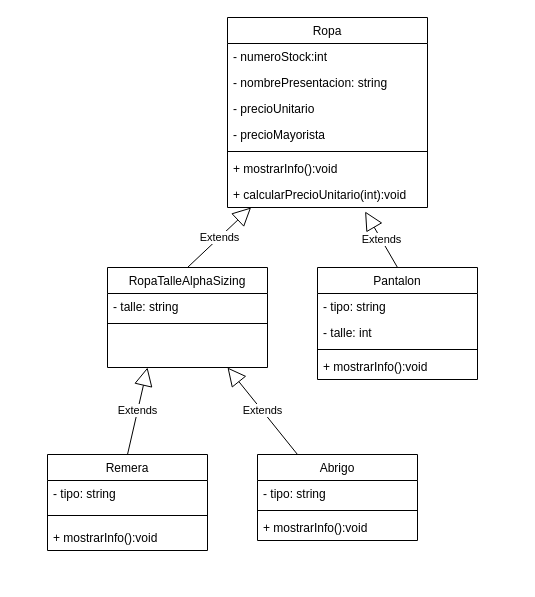
The draw.io diagram DesarrolloOrientadoObjetos/ejericiosObligatorios3/UML/ejerciciosObligatorios3.drawio in monick96/PracticeCsharp, before the edit. Source tidied: cells renumbered, new cells numbered last; positions are measured from the earlier drawing's top-left corner, leaving out a move shared by most shapes. Both pictures are drawn from the tidied source at 100%, with x=0, y=0 at pixel (47, 17).
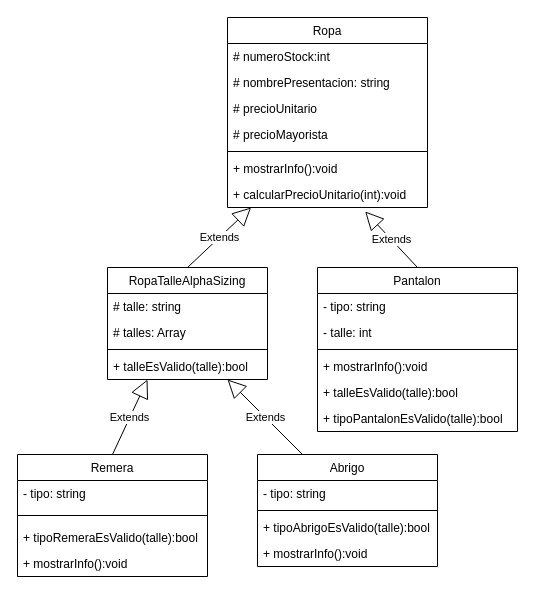
The same diagram, later.

Unchanged cells that the change refers to:
```xml
<mxCell id="2" value="Ropa" style="swimlane;fontStyle=0;align=center;verticalAlign=top;horizontal=1;startSize=26;rounded=0;shadow=0;strokeWidth=1;" parent="1" vertex="1">
  <mxGeometry x="180" width="200" height="190" as="geometry" />
</mxCell>
```

The edit, as a diff of the source:
```diff
@@
-    <mxCell id="3" value="- numeroStock:int" style="text;align=left;verticalAlign=top;spacingLeft=4;spacingRight=4;overflow=hidden;" parent="2" vertex="1">
+    <mxCell id="3" value="# numeroStock:int" style="text;align=left;verticalAlign=top;spacingLeft=4;spacingRight=4;overflow=hidden;" parent="2" vertex="1">
       <mxGeometry y="26" width="200" height="26" as="geometry" />
     </mxCell>
-    <mxCell id="4" value="- nombrePresentacion: string" style="text;align=left;verticalAlign=top;spacingLeft=4;spacingRight=4;overflow=hidden;rounded=0;shadow=0;html=0;" parent="2" vertex="1">
+    <mxCell id="4" value="# nombrePresentacion: string" style="text;align=left;verticalAlign=top;spacingLeft=4;spacingRight=4;overflow=hidden;rounded=0;shadow=0;html=0;" parent="2" vertex="1">
       <mxGeometry y="52" width="200" height="26" as="geometry" />
     </mxCell>
-    <mxCell id="5" value="- precioUnitario" style="text;align=left;verticalAlign=top;spacingLeft=4;spacingRight=4;overflow=hidden;rounded=0;shadow=0;html=0;" parent="2" vertex="1">
+    <mxCell id="5" value="# precioUnitario" style="text;align=left;verticalAlign=top;spacingLeft=4;spacingRight=4;overflow=hidden;rounded=0;shadow=0;html=0;" parent="2" vertex="1">
       <mxGeometry y="78" width="200" height="26" as="geometry" />
     </mxCell>
-    <mxCell id="6" value="- precioMayorista" style="text;align=left;verticalAlign=top;spacingLeft=4;spacingRight=4;overflow=hidden;rounded=0;shadow=0;html=0;" parent="2" vertex="1">
+    <mxCell id="6" value="# precioMayorista" style="text;align=left;verticalAlign=top;spacingLeft=4;spacingRight=4;overflow=hidden;rounded=0;shadow=0;html=0;" parent="2" vertex="1">
       <mxGeometry y="104" width="200" height="26" as="geometry" />
     </mxCell>
@@
     <mxCell id="10" value="RopaTalleAlphaSizing" style="swimlane;fontStyle=0;align=center;verticalAlign=top;horizontal=1;startSize=26;rounded=0;shadow=0;strokeWidth=1;" parent="1" vertex="1">
-      <mxGeometry x="60" y="250" width="160" height="100" as="geometry" />
+      <mxGeometry x="60" y="250" width="160" height="112" as="geometry" />
     </mxCell>
-    <mxCell id="11" value="- talle: string" style="text;align=left;verticalAlign=top;spacingLeft=4;spacingRight=4;overflow=hidden;rounded=0;shadow=0;html=0;" parent="10" vertex="1">
+    <mxCell id="11" value="# talle: string" style="text;align=left;verticalAlign=top;spacingLeft=4;spacingRight=4;overflow=hidden;rounded=0;shadow=0;html=0;" parent="10" vertex="1">
       <mxGeometry y="26" width="160" height="26" as="geometry" />
     </mxCell>
+    <mxCell id="30" value="# talles: Array" style="text;align=left;verticalAlign=top;spacingLeft=4;spacingRight=4;overflow=hidden;rounded=0;shadow=0;html=0;" parent="10" vertex="1">
+      <mxGeometry y="52" width="160" height="26" as="geometry" />
+    </mxCell>
     <mxCell id="12" style="line;html=1;strokeWidth=1;align=left;verticalAlign=middle;spacingTop=-1;spacingLeft=3;spacingRight=3;labelPosition=right;" parent="10" vertex="1">
-      <mxGeometry y="52" width="160" height="8" as="geometry" />
+      <mxGeometry y="78" width="160" height="8" as="geometry" />
     </mxCell>
+    <mxCell id="31" value="+ talleEsValido(talle):bool" style="text;align=left;verticalAlign=top;spacingLeft=4;spacingRight=4;overflow=hidden;" parent="10" vertex="1">
+      <mxGeometry y="86" width="160" height="26" as="geometry" />
+    </mxCell>
     <mxCell id="13" value="Abrigo" style="swimlane;fontStyle=0;align=center;verticalAlign=top;horizontal=1;startSize=26;rounded=0;shadow=0;strokeWidth=1;" parent="1" vertex="1">
-      <mxGeometry x="210" y="437" width="160" height="86" as="geometry" />
+      <mxGeometry x="210" y="437" width="180" height="112" as="geometry" />
     </mxCell>
     <mxCell id="14" value="- tipo: string" style="text;align=left;verticalAlign=top;spacingLeft=4;spacingRight=4;overflow=hidden;rounded=0;shadow=0;html=0;" parent="13" vertex="1">
-      <mxGeometry y="26" width="160" height="26" as="geometry" />
+      <mxGeometry y="26" width="180" height="26" as="geometry" />
     </mxCell>
     <mxCell id="15" style="line;html=1;strokeWidth=1;align=left;verticalAlign=middle;spacingTop=-1;spacingLeft=3;spacingRight=3;labelPosition=right;" parent="13" vertex="1">
-      <mxGeometry y="52" width="160" height="8" as="geometry" />
+      <mxGeometry y="52" width="180" height="8" as="geometry" />
     </mxCell>
+    <mxCell id="32" value="+ tipoAbrigoEsValido(talle):bool" style="text;align=left;verticalAlign=top;spacingLeft=4;spacingRight=4;overflow=hidden;" parent="13" vertex="1">
+      <mxGeometry y="60" width="180" height="26" as="geometry" />
+    </mxCell>
     <mxCell id="16" value="+ mostrarInfo():void" style="text;align=left;verticalAlign=top;spacingLeft=4;spacingRight=4;overflow=hidden;" parent="13" vertex="1">
-      <mxGeometry y="60" width="160" height="26" as="geometry" />
+      <mxGeometry y="86" width="180" height="26" as="geometry" />
     </mxCell>
     <mxCell id="17" value="Pantalon" style="swimlane;fontStyle=0;align=center;verticalAlign=top;horizontal=1;startSize=26;rounded=0;shadow=0;strokeWidth=1;" parent="1" vertex="1">
-      <mxGeometry x="270" y="250" width="160" height="112" as="geometry" />
+      <mxGeometry x="270" y="250" width="200" height="164" as="geometry" />
     </mxCell>
     <mxCell id="18" value="- tipo: string" style="text;align=left;verticalAlign=top;spacingLeft=4;spacingRight=4;overflow=hidden;rounded=0;shadow=0;html=0;" parent="17" vertex="1">
-      <mxGeometry y="26" width="160" height="26" as="geometry" />
+      <mxGeometry y="26" width="200" height="26" as="geometry" />
     </mxCell>
     <mxCell id="19" value="- talle: int" style="text;align=left;verticalAlign=top;spacingLeft=4;spacingRight=4;overflow=hidden;" parent="17" vertex="1">
-      <mxGeometry y="52" width="160" height="26" as="geometry" />
+      <mxGeometry y="52" width="200" height="26" as="geometry" />
     </mxCell>
     <mxCell id="20" style="line;html=1;strokeWidth=1;align=left;verticalAlign=middle;spacingTop=-1;spacingLeft=3;spacingRight=3;labelPosition=right;" parent="17" vertex="1">
-      <mxGeometry y="78" width="160" height="8" as="geometry" />
+      <mxGeometry y="78" width="200" height="8" as="geometry" />
     </mxCell>
     <mxCell id="21" value="+ mostrarInfo():void" style="text;align=left;verticalAlign=top;spacingLeft=4;spacingRight=4;overflow=hidden;" parent="17" vertex="1">
-      <mxGeometry y="86" width="160" height="26" as="geometry" />
+      <mxGeometry y="86" width="200" height="26" as="geometry" />
     </mxCell>
+    <mxCell id="33" value="+ talleEsValido(talle):bool" style="text;align=left;verticalAlign=top;spacingLeft=4;spacingRight=4;overflow=hidden;" parent="17" vertex="1">
+      <mxGeometry y="112" width="200" height="26" as="geometry" />
+    </mxCell>
+    <mxCell id="34" value="+ tipoPantalonEsValido(talle):bool" style="text;align=left;verticalAlign=top;spacingLeft=4;spacingRight=4;overflow=hidden;" parent="17" vertex="1">
+      <mxGeometry y="138" width="200" height="26" as="geometry" />
+    </mxCell>
     <mxCell id="22" value="Remera" style="swimlane;fontStyle=0;align=center;verticalAlign=top;horizontal=1;startSize=26;rounded=0;shadow=0;strokeWidth=1;" parent="1" vertex="1">
-      <mxGeometry y="437" width="160" height="96" as="geometry" />
+      <mxGeometry x="-30" y="437" width="190" height="122" as="geometry" />
     </mxCell>
     <mxCell id="23" value="- tipo: string" style="text;align=left;verticalAlign=top;spacingLeft=4;spacingRight=4;overflow=hidden;rounded=0;shadow=0;html=0;" parent="22" vertex="1">
-      <mxGeometry y="26" width="160" height="26" as="geometry" />
+      <mxGeometry y="26" width="190" height="26" as="geometry" />
     </mxCell>
     <mxCell id="24" style="line;html=1;strokeWidth=1;align=left;verticalAlign=middle;spacingTop=-1;spacingLeft=3;spacingRight=3;labelPosition=right;" parent="22" vertex="1">
-      <mxGeometry y="52" width="160" height="18" as="geometry" />
+      <mxGeometry y="52" width="190" height="18" as="geometry" />
     </mxCell>
+    <mxCell id="35" value="+ tipoRemeraEsValido(talle):bool" style="text;align=left;verticalAlign=top;spacingLeft=4;spacingRight=4;overflow=hidden;" parent="22" vertex="1">
+      <mxGeometry y="70" width="190" height="26" as="geometry" />
+    </mxCell>
     <mxCell id="25" value="+ mostrarInfo():void" style="text;align=left;verticalAlign=top;spacingLeft=4;spacingRight=4;overflow=hidden;" parent="22" vertex="1">
-      <mxGeometry y="70" width="160" height="26" as="geometry" />
+      <mxGeometry y="96" width="190" height="26" as="geometry" />
     </mxCell>
```
